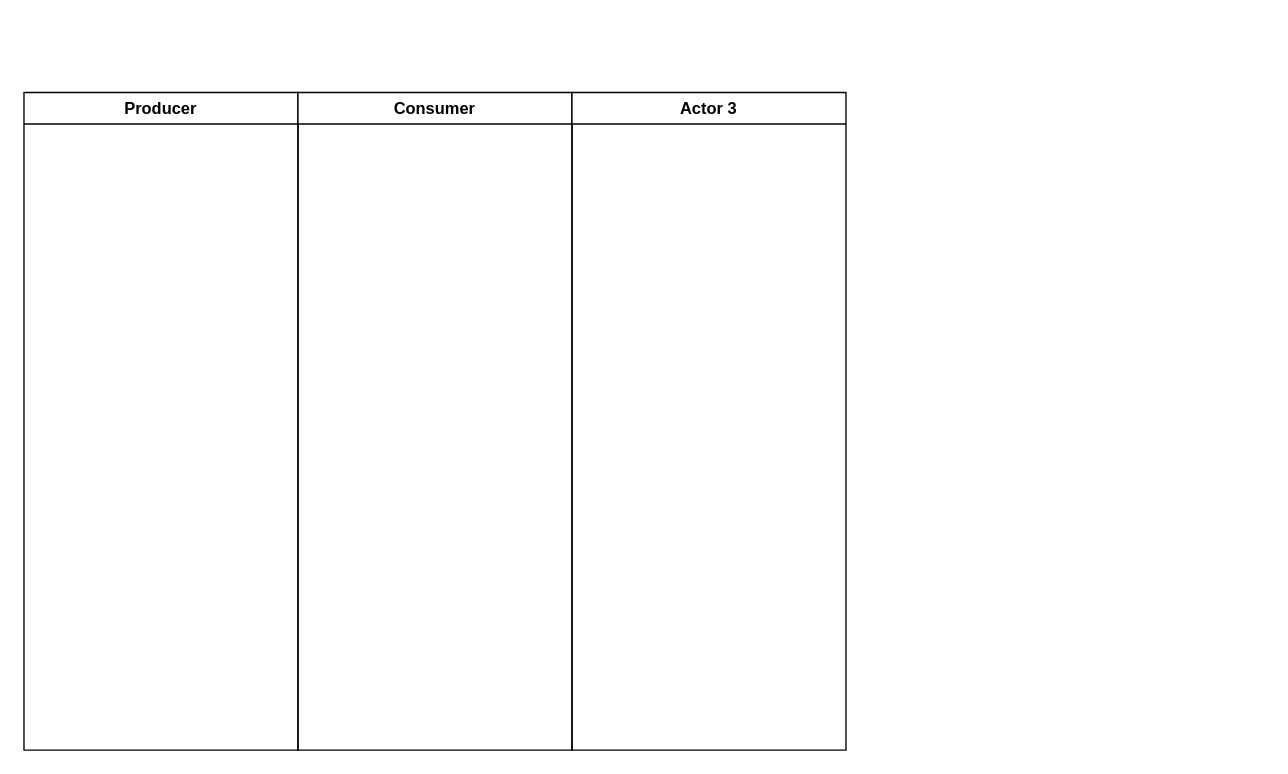
Above: Task Dispatcher Activity Diagram.drawio in Bassell-Iddisah/ConcurQueue (draw.io), before the change. Source tidied: cells renumbered, new cells numbered last; positions are measured from the earlier drawing's top-left corner, leaving out a move shared by most shapes. Both pictures are drawn from the tidied source at 137%, with x=0, y=0 at pixel (23, 92).
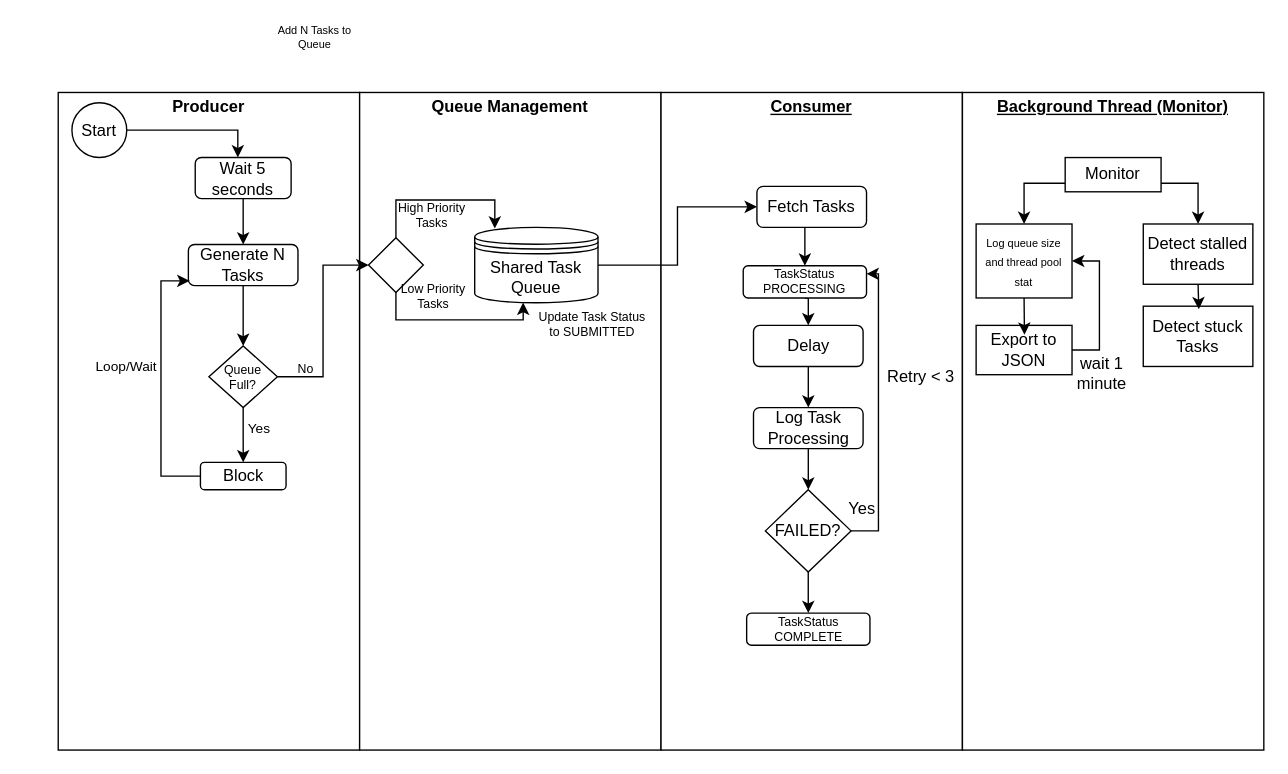
After the change.

Change to the diagram source:
```diff
@@
-    <mxCell id="2" value="Producer" style="swimlane;whiteSpace=wrap;html=1;" parent="1" vertex="1">
-      <mxGeometry width="200" height="480" as="geometry" />
+    <mxCell id="2" value="&lt;p style=&quot;margin:0px;margin-top:4px;text-align:center;&quot;&gt;&lt;b&gt;Producer&lt;/b&gt;&lt;/p&gt;" style="verticalAlign=top;align=left;overflow=fill;html=1;whiteSpace=wrap;" parent="1" vertex="1">
+      <mxGeometry x="25" width="220" height="480" as="geometry" />
     </mxCell>
+    <mxCell id="5" value="&lt;p style=&quot;margin:0px;margin-top:4px;text-align:center;&quot;&gt;&lt;b&gt;Queue Management&lt;/b&gt;&lt;/p&gt;" style="verticalAlign=top;align=left;overflow=fill;html=1;whiteSpace=wrap;" parent="1" vertex="1">
+      <mxGeometry x="245" width="220" height="480" as="geometry" />
+    </mxCell>
-    <mxCell id="3" value="Consumer" style="swimlane;whiteSpace=wrap;html=1;startSize=23;" parent="1" vertex="1">
-      <mxGeometry x="200" width="200" height="480" as="geometry" />
+    <mxCell id="3" value="&lt;p style=&quot;margin:0px;margin-top:4px;text-align:center;text-decoration:underline;&quot;&gt;&lt;b&gt;Consumer&lt;/b&gt;&lt;/p&gt;" style="verticalAlign=top;align=left;overflow=fill;html=1;whiteSpace=wrap;" parent="1" vertex="1">
+      <mxGeometry x="465" width="220" height="480" as="geometry" />
     </mxCell>
-    <mxCell id="4" value="Actor 3" style="swimlane;whiteSpace=wrap;html=1;" parent="1" vertex="1">
-      <mxGeometry x="400" width="200" height="480" as="geometry" />
-    </mxCell>
+    <mxCell id="6" value="&lt;p style=&quot;margin:0px;margin-top:4px;text-align:center;text-decoration:underline;&quot;&gt;&lt;b&gt;Background Thread (Monitor)&lt;/b&gt;&lt;/p&gt;" style="verticalAlign=top;align=left;overflow=fill;html=1;whiteSpace=wrap;" parent="1" vertex="1">
+      <mxGeometry x="685" width="220" height="480" as="geometry" />
+    </mxCell>
+    <mxCell id="7" style="edgeStyle=orthogonalEdgeStyle;rounded=0;jettySize=auto;html=1;exitX=1;exitY=0.5;exitDx=0;exitDy=0;entryX=0.444;entryY=-0.002;entryDx=0;entryDy=0;entryPerimeter=0;" parent="1" edge="1" source="8" target="36">
+      <mxGeometry relative="1" as="geometry" />
+    </mxCell>
+    <mxCell id="8" value="Start" style="ellipse;whiteSpace=wrap;html=1;" parent="1" vertex="1">
+      <mxGeometry x="35" y="7.5" width="40" height="40" as="geometry" />
+    </mxCell>
+    <mxCell id="9" style="edgeStyle=orthogonalEdgeStyle;rounded=0;jettySize=auto;html=1;exitX=0.5;exitY=1;exitDx=0;exitDy=0;entryX=0.5;entryY=0;entryDx=0;entryDy=0;" parent="1" edge="1" source="10" target="29">
+      <mxGeometry relative="1" as="geometry" />
+    </mxCell>
+    <mxCell id="10" value="Generate N Tasks" style="rounded=1;whiteSpace=wrap;html=1;" parent="1" vertex="1">
+      <mxGeometry x="120" y="111" width="80" height="30" as="geometry" />
+    </mxCell>
+    <mxCell id="11" style="edgeStyle=orthogonalEdgeStyle;rounded=0;jettySize=auto;html=1;exitX=1;exitY=0.5;exitDx=0;exitDy=0;" parent="1" edge="1" source="12" target="15">
+      <mxGeometry relative="1" as="geometry" />
+    </mxCell>
+    <mxCell id="12" value="Shared Task Queue" style="shape=datastore;whiteSpace=wrap;html=1;" parent="1" vertex="1">
+      <mxGeometry x="329" y="98.5" width="90" height="55" as="geometry" />
+    </mxCell>
+    <mxCell id="13" value="Add N Tasks to Queue" style="text;html=1;align=center;verticalAlign=middle;whiteSpace=wrap;rounded=0;fontSize=8;" parent="1" vertex="1">
+      <mxGeometry x="180" y="-50" width="65" height="20" as="geometry" />
+    </mxCell>
+    <mxCell id="14" style="edgeStyle=orthogonalEdgeStyle;rounded=0;jettySize=auto;html=1;exitX=0.5;exitY=1;exitDx=0;exitDy=0;entryX=0.5;entryY=0;entryDx=0;entryDy=0;" parent="1" edge="1" source="15" target="38">
+      <mxGeometry relative="1" as="geometry" />
+    </mxCell>
+    <mxCell id="15" value="Fetch Tasks" style="rounded=1;whiteSpace=wrap;html=1;" parent="1" vertex="1">
+      <mxGeometry x="535" y="68.5" width="80" height="30" as="geometry" />
+    </mxCell>
+    <mxCell id="16" style="edgeStyle=orthogonalEdgeStyle;rounded=0;jettySize=auto;html=1;exitX=0;exitY=0.75;exitDx=0;exitDy=0;entryX=0.5;entryY=0;entryDx=0;entryDy=0;" parent="1" edge="1" source="18" target="19">
+      <mxGeometry relative="1" as="geometry" />
+    </mxCell>
+    <mxCell id="17" style="edgeStyle=orthogonalEdgeStyle;rounded=0;jettySize=auto;html=1;exitX=1;exitY=0.75;exitDx=0;exitDy=0;entryX=0.5;entryY=0;entryDx=0;entryDy=0;" parent="1" edge="1" source="18" target="20">
+      <mxGeometry relative="1" as="geometry" />
+    </mxCell>
+    <mxCell id="18" value="Monitor" style="html=1;dashed=0;whiteSpace=wrap;" parent="1" vertex="1">
+      <mxGeometry x="760" y="47.5" width="70" height="25" as="geometry" />
+    </mxCell>
+    <mxCell id="19" value="&lt;font style=&quot;font-size: 8px;&quot;&gt;Log queue size and thread pool stat&lt;/font&gt;" style="html=1;dashed=0;whiteSpace=wrap;" parent="1" vertex="1">
+      <mxGeometry x="695" y="96" width="70" height="54" as="geometry" />
+    </mxCell>
+    <mxCell id="20" value="Detect stalled threads" style="html=1;dashed=0;whiteSpace=wrap;" parent="1" vertex="1">
+      <mxGeometry x="817" y="96" width="80" height="44" as="geometry" />
+    </mxCell>
+    <mxCell id="21" style="rhombus;whiteSpace=wrap;html=1;" parent="1" vertex="1">
+      <mxGeometry x="251.5" y="106" width="40" height="40" as="geometry" />
+    </mxCell>
+    <mxCell id="22" style="edgeStyle=orthogonalEdgeStyle;rounded=0;jettySize=auto;html=1;entryX=0.393;entryY=0.997;entryDx=0;entryDy=0;entryPerimeter=0;exitX=0.5;exitY=1;exitDx=0;exitDy=0;" parent="1" edge="1" source="21" target="12">
+      <mxGeometry relative="1" as="geometry" />
+    </mxCell>
+    <mxCell id="23" style="edgeStyle=orthogonalEdgeStyle;rounded=0;jettySize=auto;html=1;entryX=0.163;entryY=0.015;entryDx=0;entryDy=0;entryPerimeter=0;exitX=0.5;exitY=0;exitDx=0;exitDy=0;" parent="1" edge="1" source="21" target="12">
+      <mxGeometry relative="1" as="geometry" />
+    </mxCell>
+    <mxCell id="24" value="High Priority Tasks" style="text;html=1;align=center;verticalAlign=middle;whiteSpace=wrap;rounded=0;fontSize=9;" parent="1" vertex="1">
+      <mxGeometry x="268.2" y="75" width="60" height="30" as="geometry" />
+    </mxCell>
+    <mxCell id="25" value="Low Priority Tasks" style="text;html=1;align=center;verticalAlign=middle;whiteSpace=wrap;rounded=0;fontSize=9;" parent="1" vertex="1">
+      <mxGeometry x="269" y="134" width="60" height="30" as="geometry" />
+    </mxCell>
+    <mxCell id="26" value="Update Task Status to SUBMITTED" style="text;html=1;align=center;verticalAlign=middle;whiteSpace=wrap;rounded=0;fontSize=9;" parent="1" vertex="1">
+      <mxGeometry x="375" y="152.5" width="80" height="32.5" as="geometry" />
+    </mxCell>
+    <mxCell id="27" style="edgeStyle=orthogonalEdgeStyle;rounded=0;jettySize=auto;html=1;entryX=0;entryY=0.5;entryDx=0;entryDy=0;" parent="1" edge="1" source="29" target="21">
+      <mxGeometry relative="1" as="geometry" />
+    </mxCell>
+    <mxCell id="28" style="edgeStyle=orthogonalEdgeStyle;rounded=0;jettySize=auto;html=1;exitX=0.5;exitY=1;exitDx=0;exitDy=0;entryX=0.5;entryY=0;entryDx=0;entryDy=0;" parent="1" edge="1" source="29" target="31">
+      <mxGeometry relative="1" as="geometry" />
+    </mxCell>
+    <mxCell id="29" value="Queue Full?" style="rhombus;whiteSpace=wrap;html=1;fontSize=9;" parent="1" vertex="1">
+      <mxGeometry x="135" y="185" width="50" height="45" as="geometry" />
+    </mxCell>
+    <mxCell id="30" value="No" style="text;html=1;align=center;verticalAlign=middle;whiteSpace=wrap;rounded=0;fontSize=9;" parent="1" vertex="1">
+      <mxGeometry x="176" y="187" width="60" height="30" as="geometry" />
+    </mxCell>
+    <mxCell id="31" value="Block" style="rounded=1;whiteSpace=wrap;html=1;" parent="1" vertex="1">
+      <mxGeometry x="128.8" y="270" width="62.5" height="20" as="geometry" />
+    </mxCell>
+    <mxCell id="32" style="edgeStyle=orthogonalEdgeStyle;rounded=0;jettySize=auto;html=1;exitX=0;exitY=0.5;exitDx=0;exitDy=0;entryX=0.01;entryY=0.883;entryDx=0;entryDy=0;entryPerimeter=0;" parent="1" edge="1" source="31" target="10">
+      <mxGeometry relative="1" as="geometry" />
+    </mxCell>
+    <mxCell id="33" value="Loop/Wait" style="text;html=1;align=center;verticalAlign=middle;whiteSpace=wrap;rounded=0;fontSize=10;" parent="1" vertex="1">
+      <mxGeometry x="45" y="185" width="60" height="30" as="geometry" />
+    </mxCell>
+    <mxCell id="34" value="Yes" style="text;html=1;align=center;verticalAlign=middle;whiteSpace=wrap;rounded=0;fontSize=10;" parent="1" vertex="1">
+      <mxGeometry x="142" y="230" width="60" height="30" as="geometry" />
+    </mxCell>
+    <mxCell id="35" style="edgeStyle=orthogonalEdgeStyle;rounded=0;jettySize=auto;html=1;exitX=0.5;exitY=1;exitDx=0;exitDy=0;entryX=0.5;entryY=0;entryDx=0;entryDy=0;" parent="1" edge="1" source="36" target="10">
+      <mxGeometry relative="1" as="geometry" />
+    </mxCell>
+    <mxCell id="36" value="Wait 5 seconds" style="rounded=1;whiteSpace=wrap;html=1;" parent="1" vertex="1">
+      <mxGeometry x="125" y="47.5" width="70" height="30" as="geometry" />
+    </mxCell>
+    <mxCell id="37" style="edgeStyle=orthogonalEdgeStyle;rounded=0;jettySize=auto;html=1;exitX=0.5;exitY=1;exitDx=0;exitDy=0;entryX=0.5;entryY=0;entryDx=0;entryDy=0;" parent="1" edge="1" source="38" target="40">
+      <mxGeometry relative="1" as="geometry" />
+    </mxCell>
+    <mxCell id="38" value="TaskStatus&lt;div&gt;&lt;span style=&quot;background-color: transparent; color: light-dark(rgb(0, 0, 0), rgb(255, 255, 255));&quot;&gt;PROCESSING&lt;/span&gt;&lt;/div&gt;" style="rounded=1;whiteSpace=wrap;html=1;fontSize=9;" parent="1" vertex="1">
+      <mxGeometry x="525" y="126.5" width="90" height="23.5" as="geometry" />
+    </mxCell>
+    <mxCell id="39" style="edgeStyle=orthogonalEdgeStyle;rounded=0;jettySize=auto;html=1;exitX=0.5;exitY=1;exitDx=0;exitDy=0;entryX=0.5;entryY=0;entryDx=0;entryDy=0;" parent="1" edge="1" source="40" target="42">
+      <mxGeometry relative="1" as="geometry" />
+    </mxCell>
+    <mxCell id="40" value="Delay" style="rounded=1;whiteSpace=wrap;html=1;" parent="1" vertex="1">
+      <mxGeometry x="532.5" y="170" width="80" height="30" as="geometry" />
+    </mxCell>
+    <mxCell id="41" style="edgeStyle=orthogonalEdgeStyle;rounded=0;jettySize=auto;html=1;exitX=0.5;exitY=1;exitDx=0;exitDy=0;entryX=0.5;entryY=0;entryDx=0;entryDy=0;" parent="1" edge="1" source="42">
+      <mxGeometry relative="1" as="geometry">
+        <mxPoint x="572.5" y="290" as="targetPoint" />
+      </mxGeometry>
+    </mxCell>
+    <mxCell id="42" value="Log Task Processing" style="rounded=1;whiteSpace=wrap;html=1;" parent="1" vertex="1">
+      <mxGeometry x="532.5" y="230" width="80" height="30" as="geometry" />
+    </mxCell>
+    <mxCell id="43" style="edgeStyle=orthogonalEdgeStyle;rounded=0;jettySize=auto;html=1;exitX=1;exitY=0.5;exitDx=0;exitDy=0;entryX=1;entryY=0.25;entryDx=0;entryDy=0;" parent="1" edge="1" source="45" target="38">
+      <mxGeometry relative="1" as="geometry" />
+    </mxCell>
+    <mxCell id="44" style="edgeStyle=orthogonalEdgeStyle;rounded=0;jettySize=auto;html=1;exitX=0.5;exitY=1;exitDx=0;exitDy=0;entryX=0.5;entryY=0;entryDx=0;entryDy=0;" parent="1" edge="1" source="45" target="48">
+      <mxGeometry relative="1" as="geometry" />
+    </mxCell>
+    <mxCell id="45" value="FAILED?" style="rhombus;whiteSpace=wrap;html=1;" parent="1" vertex="1">
+      <mxGeometry x="541.2" y="290" width="62.5" height="60" as="geometry" />
+    </mxCell>
+    <mxCell id="46" value="Retry &amp;lt; 3" style="text;html=1;align=center;verticalAlign=middle;whiteSpace=wrap;rounded=0;" parent="1" vertex="1">
+      <mxGeometry x="625" y="192.5" width="60" height="30" as="geometry" />
+    </mxCell>
+    <mxCell id="47" value="Yes" style="text;html=1;align=center;verticalAlign=middle;whiteSpace=wrap;rounded=0;" parent="1" vertex="1">
+      <mxGeometry x="582" y="289" width="60" height="30" as="geometry" />
+    </mxCell>
+    <mxCell id="48" value="TaskStatus&lt;div&gt;&lt;span style=&quot;background-color: transparent; color: light-dark(rgb(0, 0, 0), rgb(255, 255, 255));&quot;&gt;COMPLETE&lt;/span&gt;&lt;/div&gt;" style="rounded=1;whiteSpace=wrap;html=1;fontSize=9;" parent="1" vertex="1">
+      <mxGeometry x="527.5" y="380" width="90" height="23.5" as="geometry" />
+    </mxCell>
+    <mxCell id="49" style="edgeStyle=orthogonalEdgeStyle;rounded=0;jettySize=auto;html=1;exitX=1;exitY=0.5;exitDx=0;exitDy=0;entryX=1;entryY=0.5;entryDx=0;entryDy=0;" parent="1" edge="1" source="50" target="19">
+      <mxGeometry relative="1" as="geometry" />
+    </mxCell>
+    <mxCell id="50" value="Export to JSON" style="rounded=0;whiteSpace=wrap;html=1;" parent="1" vertex="1">
+      <mxGeometry x="695" y="170" width="70" height="36" as="geometry" />
+    </mxCell>
+    <mxCell id="51" style="edgeStyle=orthogonalEdgeStyle;rounded=0;jettySize=auto;html=1;exitX=0.5;exitY=1;exitDx=0;exitDy=0;entryX=0.504;entryY=0.19;entryDx=0;entryDy=0;entryPerimeter=0;" parent="1" edge="1" source="19" target="50">
+      <mxGeometry relative="1" as="geometry" />
+    </mxCell>
+    <mxCell id="52" value="wait 1 minute" style="text;html=1;align=center;verticalAlign=middle;whiteSpace=wrap;rounded=0;" parent="1" vertex="1">
+      <mxGeometry x="757" y="190" width="60" height="30" as="geometry" />
+    </mxCell>
+    <mxCell id="53" value="Detect stuck Tasks" style="html=1;dashed=0;whiteSpace=wrap;" parent="1" vertex="1">
+      <mxGeometry x="817" y="156" width="80" height="44" as="geometry" />
+    </mxCell>
+    <mxCell id="54" style="edgeStyle=orthogonalEdgeStyle;rounded=0;jettySize=auto;html=1;exitX=0.5;exitY=1;exitDx=0;exitDy=0;entryX=0.507;entryY=0.051;entryDx=0;entryDy=0;entryPerimeter=0;" parent="1" edge="1" source="20" target="53">
+      <mxGeometry relative="1" as="geometry" />
+    </mxCell>
```
